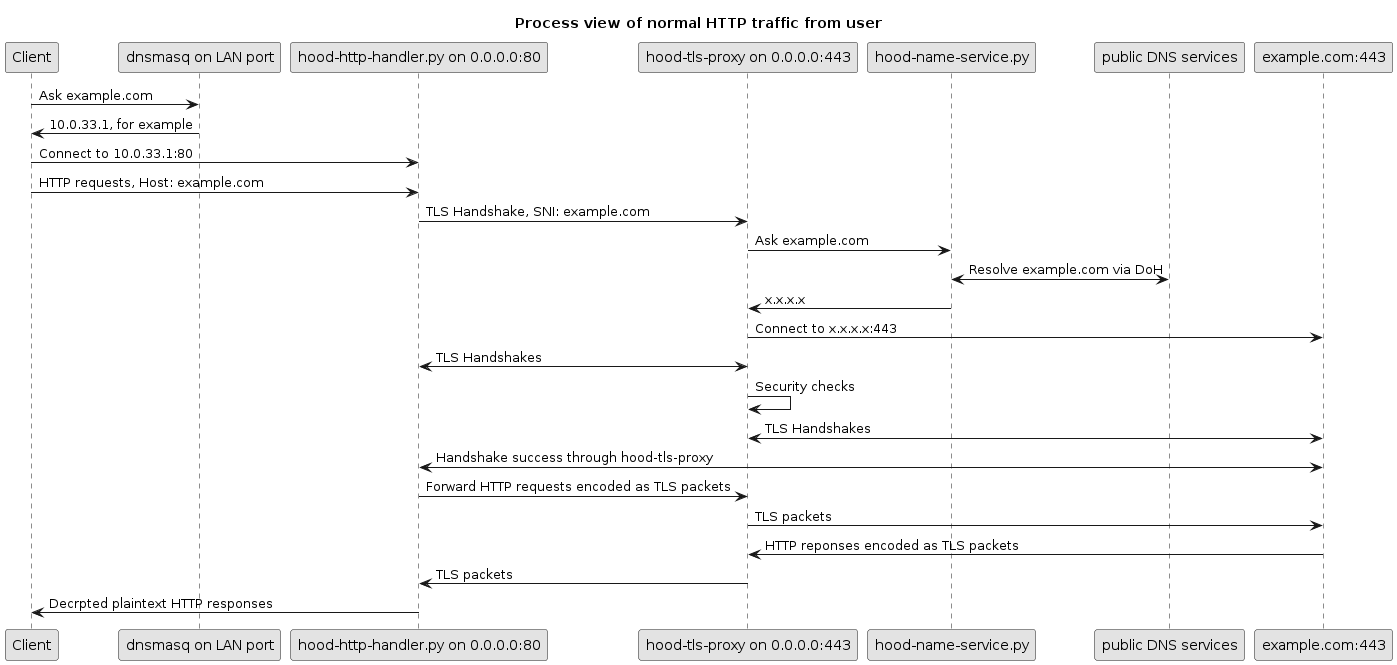
YongBinnnnnnnnnnnnnnnnnnnnnnnnnnnnnnnnn/hood keeps this PlantUML diagram as paper/graphics/puml/process-http-traffic.png. Above is the earlier version.
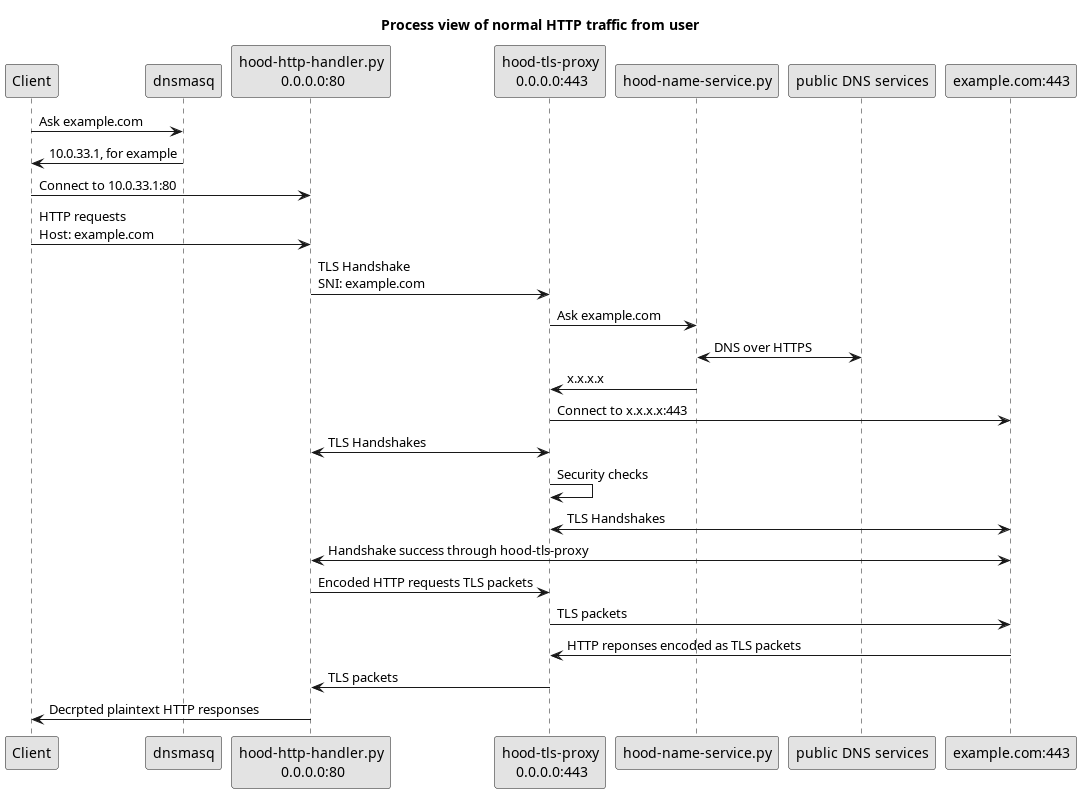
After the commit.

What changed in the source:
```diff
@@ -8,9 +8,9 @@
 title Process view of normal HTTP traffic from user
 
 participant "Client" as CLIENT
-participant "dnsmasq on LAN port" as DNSLAN
-participant "hood-http-handler.py on 0.0.0.0:80" as HOODHTTP
-participant "hood-tls-proxy on 0.0.0.0:443" as HOODTLS
+participant "dnsmasq" as DNSLAN
+participant "hood-http-handler.py\n 0.0.0.0:80" as HOODHTTP
+participant "hood-tls-proxy\n 0.0.0.0:443" as HOODTLS
 participant "hood-name-service.py" as HOODNAME
 participant "public DNS services" as PUBDNS
 participant "example.com:443" as HTTP
@@ -18,17 +18,17 @@
 CLIENT -> DNSLAN: Ask example.com
 DNSLAN -> CLIENT: 10.0.33.1, for example
 CLIENT -> HOODHTTP: Connect to 10.0.33.1:80
-CLIENT -> HOODHTTP: HTTP requests, Host: example.com
-HOODHTTP -> HOODTLS: TLS Handshake, SNI: example.com
+CLIENT -> HOODHTTP: HTTP requests\nHost: example.com
+HOODHTTP -> HOODTLS: TLS Handshake\nSNI: example.com
 HOODTLS -> HOODNAME: Ask example.com
-HOODNAME <-> PUBDNS: Resolve example.com via DoH
+HOODNAME <-> PUBDNS: DNS over HTTPS
 HOODNAME -> HOODTLS: x.x.x.x
 HOODTLS -> HTTP: Connect to x.x.x.x:443
 HOODTLS <-> HOODHTTP: TLS Handshakes
 HOODTLS -> HOODTLS: Security checks
 HOODTLS <-> HTTP: TLS Handshakes
 HOODHTTP <-> HTTP: Handshake success through hood-tls-proxy
-HOODHTTP -> HOODTLS: Forward HTTP requests encoded as TLS packets
+HOODHTTP -> HOODTLS: Encoded HTTP requests TLS packets
 HOODTLS -> HTTP: TLS packets
 HTTP -> HOODTLS: HTTP reponses encoded as TLS packets
 HOODTLS -> HOODHTTP: TLS packets
```
